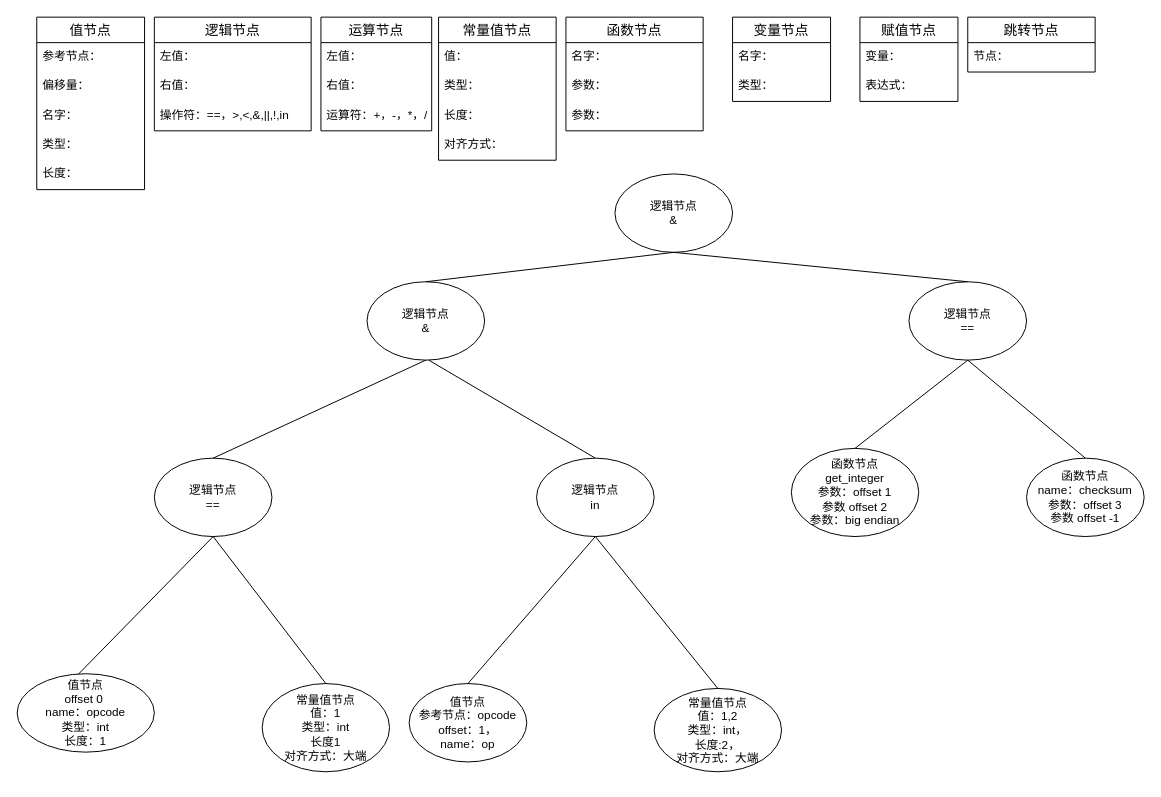
Above: Untitled Diagram.drawio in 123mgej/rsvpp (draw.io), before the change. Source tidied: cells renumbered, new cells numbered last; positions are measured from the earlier drawing's top-left corner, leaving out a move shared by most shapes. Both pictures are drawn from the tidied source at 98%, with x=0, y=0 at pixel (17, 17).
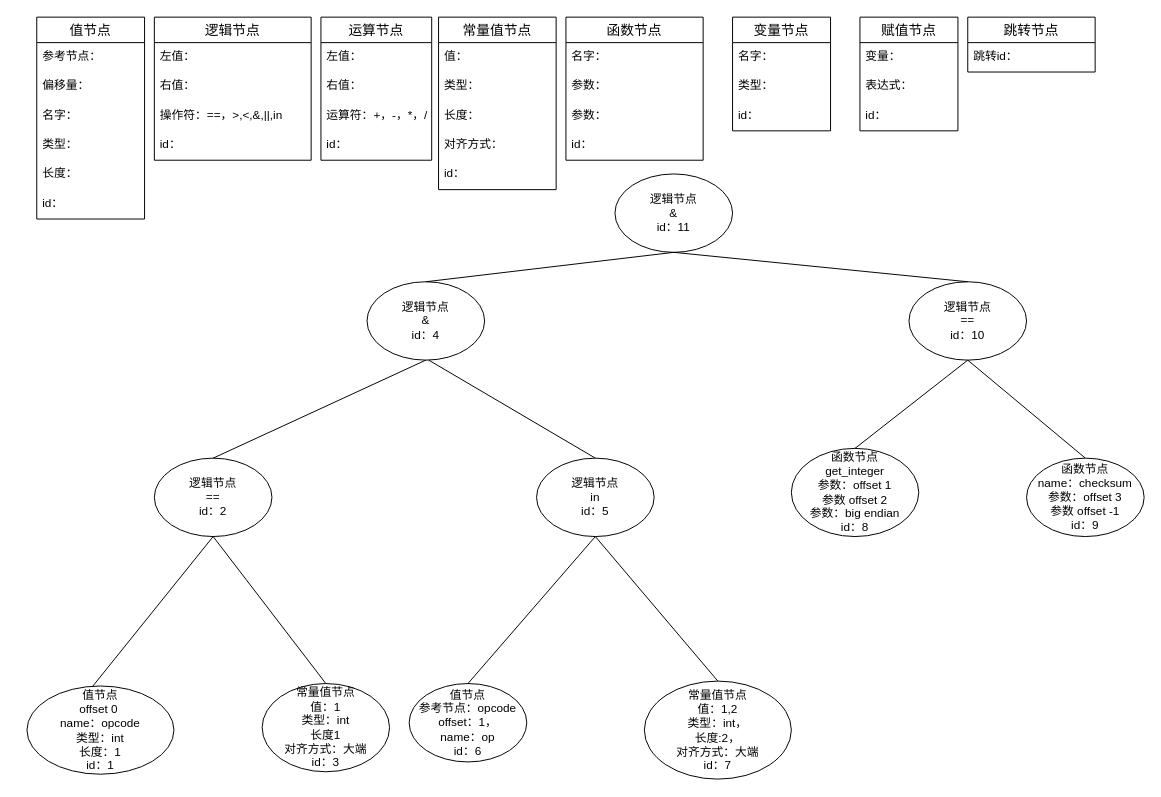
The same page after the edit.

The change refers to these unchanged cells:
```xml
<mxCell id="31" value="跳转节点" style="swimlane;fontStyle=0;horizontal=1;startSize=26;align=center;fontSize=14;" parent="1" vertex="1">
  <mxGeometry x="970" width="130" height="56" as="geometry" />
</mxCell>
```

What changed in the source:
```diff
@@
     <mxCell id="2" value="值节点" style="swimlane;fontStyle=0;horizontal=1;startSize=26;align=center;fontSize=14;" parent="1" vertex="1">
-      <mxGeometry x="20" width="110" height="176" as="geometry" />
+      <mxGeometry x="20" width="110" height="206" as="geometry" />
     </mxCell>
@@
+    <mxCell id="54" value="id：" style="text;strokeColor=none;fillColor=none;spacingLeft=4;spacingRight=4;overflow=hidden;fontSize=12;" parent="2" vertex="1">
+      <mxGeometry y="176" width="110" height="30" as="geometry" />
+    </mxCell>
     <mxCell id="8" value="逻辑节点" style="swimlane;fontStyle=0;horizontal=1;startSize=26;align=center;fontSize=14;" parent="1" vertex="1">
-      <mxGeometry x="140" width="160" height="116" as="geometry" />
+      <mxGeometry x="140" width="160" height="146" as="geometry" />
     </mxCell>
@@
-    <mxCell id="11" value="操作符：==，&gt;,&lt;,&amp;,||,!,in" style="text;strokeColor=none;fillColor=none;spacingLeft=4;spacingRight=4;overflow=hidden;fontSize=12;" parent="8" vertex="1">
+    <mxCell id="11" value="操作符：==，&gt;,&lt;,&amp;,||,in" style="text;strokeColor=none;fillColor=none;spacingLeft=4;spacingRight=4;overflow=hidden;fontSize=12;" parent="8" vertex="1">
       <mxGeometry y="86" width="160" height="30" as="geometry" />
     </mxCell>
+    <mxCell id="55" value="id：" style="text;strokeColor=none;fillColor=none;spacingLeft=4;spacingRight=4;overflow=hidden;fontSize=12;" parent="8" vertex="1">
+      <mxGeometry y="116" width="160" height="30" as="geometry" />
+    </mxCell>
     <mxCell id="12" value="运算节点" style="swimlane;fontStyle=0;horizontal=1;startSize=26;align=center;fontSize=14;" parent="1" vertex="1">
-      <mxGeometry x="310" width="113" height="116" as="geometry" />
+      <mxGeometry x="310" width="113" height="146" as="geometry" />
     </mxCell>
@@
+    <mxCell id="56" value="id：" style="text;strokeColor=none;fillColor=none;spacingLeft=4;spacingRight=4;overflow=hidden;fontSize=12;" parent="12" vertex="1">
+      <mxGeometry y="116" width="113" height="30" as="geometry" />
+    </mxCell>
     <mxCell id="16" value="常量值节点" style="swimlane;fontStyle=0;horizontal=1;startSize=26;align=center;fontSize=14;" parent="1" vertex="1">
-      <mxGeometry x="430" width="120" height="146" as="geometry" />
+      <mxGeometry x="430" width="120" height="176" as="geometry" />
     </mxCell>
@@
+    <mxCell id="57" value="id：" style="text;strokeColor=none;fillColor=none;spacingLeft=4;spacingRight=4;overflow=hidden;fontSize=12;" parent="16" vertex="1">
+      <mxGeometry y="146" width="120" height="30" as="geometry" />
+    </mxCell>
     <mxCell id="21" value="函数节点" style="swimlane;fontStyle=0;horizontal=1;startSize=26;align=center;fontSize=14;" parent="1" vertex="1">
-      <mxGeometry x="560" width="140" height="116" as="geometry" />
+      <mxGeometry x="560" width="140" height="146" as="geometry" />
     </mxCell>
@@
+    <mxCell id="58" value="id：" style="text;strokeColor=none;fillColor=none;spacingLeft=4;spacingRight=4;overflow=hidden;fontSize=12;" parent="21" vertex="1">
+      <mxGeometry y="116" width="140" height="30" as="geometry" />
+    </mxCell>
     <mxCell id="25" value="变量节点" style="swimlane;fontStyle=0;horizontal=1;startSize=26;align=center;fontSize=14;" parent="1" vertex="1">
-      <mxGeometry x="730" width="100" height="86" as="geometry" />
+      <mxGeometry x="730" width="100" height="116" as="geometry" />
     </mxCell>
@@
+    <mxCell id="59" value="id：" style="text;strokeColor=none;fillColor=none;spacingLeft=4;spacingRight=4;overflow=hidden;fontSize=12;" parent="25" vertex="1">
+      <mxGeometry y="86" width="100" height="30" as="geometry" />
+    </mxCell>
     <mxCell id="28" value="赋值节点" style="swimlane;fontStyle=0;horizontal=1;startSize=26;align=center;fontSize=14;" parent="1" vertex="1">
-      <mxGeometry x="860" width="100" height="86" as="geometry" />
+      <mxGeometry x="860" width="100" height="116" as="geometry" />
     </mxCell>
@@
+    <mxCell id="60" value="id：" style="text;strokeColor=none;fillColor=none;spacingLeft=4;spacingRight=4;overflow=hidden;fontSize=12;" parent="28" vertex="1">
+      <mxGeometry y="86" width="100" height="30" as="geometry" />
+    </mxCell>
@@
-    <mxCell id="32" value="节点：" style="text;strokeColor=none;fillColor=none;spacingLeft=4;spacingRight=4;overflow=hidden;fontSize=12;" parent="31" vertex="1">
+    <mxCell id="32" value="跳转id：" style="text;strokeColor=none;fillColor=none;spacingLeft=4;spacingRight=4;overflow=hidden;fontSize=12;" parent="31" vertex="1">
       <mxGeometry y="26" width="130" height="30" as="geometry" />
     </mxCell>
-    <mxCell id="33" value="逻辑节点&lt;br&gt;&amp;amp;" style="ellipse;whiteSpace=wrap;html=1;" parent="1" vertex="1">
+    <mxCell id="33" value="逻辑节点&lt;br&gt;&amp;amp;&lt;br&gt;id：11" style="ellipse;whiteSpace=wrap;html=1;" parent="1" vertex="1">
       <mxGeometry x="610" y="160" width="120" height="80" as="geometry" />
     </mxCell>
-    <mxCell id="34" value="逻辑节点&lt;br&gt;&amp;amp;" style="ellipse;whiteSpace=wrap;html=1;" parent="1" vertex="1">
+    <mxCell id="34" value="逻辑节点&lt;br&gt;&amp;amp;&lt;br&gt;id：4" style="ellipse;whiteSpace=wrap;html=1;" parent="1" vertex="1">
       <mxGeometry x="357" y="270" width="120" height="80" as="geometry" />
     </mxCell>
-    <mxCell id="35" value="逻辑节点&lt;br&gt;in" style="ellipse;whiteSpace=wrap;html=1;" parent="1" vertex="1">
+    <mxCell id="35" value="逻辑节点&lt;br&gt;in&lt;br&gt;id：5" style="ellipse;whiteSpace=wrap;html=1;" parent="1" vertex="1">
       <mxGeometry x="530" y="450" width="120" height="80" as="geometry" />
     </mxCell>
-    <mxCell id="36" value="逻辑节点&lt;br&gt;==" style="ellipse;whiteSpace=wrap;html=1;" parent="1" vertex="1">
+    <mxCell id="36" value="逻辑节点&lt;br&gt;==&lt;br&gt;id：2" style="ellipse;whiteSpace=wrap;html=1;" parent="1" vertex="1">
       <mxGeometry x="140" y="450" width="120" height="80" as="geometry" />
     </mxCell>
-    <mxCell id="37" value="值节点&lt;br&gt;offset 0&amp;nbsp;&lt;br&gt;name：opcode&lt;br&gt;类型：int&lt;br&gt;长度：1" style="ellipse;whiteSpace=wrap;html=1;" parent="1" vertex="1">
-      <mxGeometry y="670" width="140" height="80" as="geometry" />
+    <mxCell id="37" value="值节点&lt;br&gt;offset 0&amp;nbsp;&lt;br&gt;name：opcode&lt;br&gt;类型：int&lt;br&gt;长度：1&lt;br&gt;id：1" style="ellipse;whiteSpace=wrap;html=1;" parent="1" vertex="1">
+      <mxGeometry x="10" y="682.5" width="150" height="90" as="geometry" />
     </mxCell>
-    <mxCell id="38" value="值节点&lt;br&gt;参考节点：opcode&lt;br&gt;offset：1，&lt;br&gt;name：op" style="ellipse;whiteSpace=wrap;html=1;" parent="1" vertex="1">
+    <mxCell id="38" value="值节点&lt;br&gt;参考节点：opcode&lt;br&gt;offset：1，&lt;br&gt;name：op&lt;br&gt;id：6" style="ellipse;whiteSpace=wrap;html=1;" parent="1" vertex="1">
       <mxGeometry x="400" y="680" width="120" height="80" as="geometry" />
     </mxCell>
-    <mxCell id="39" value="常量值节点&lt;br&gt;值：1&lt;br&gt;类型：int&lt;br&gt;长度1&lt;br&gt;对齐方式：大端" style="ellipse;whiteSpace=wrap;html=1;" parent="1" vertex="1">
+    <mxCell id="39" value="常量值节点&lt;br&gt;值：1&lt;br&gt;类型：int&lt;br&gt;长度1&lt;br&gt;对齐方式：大端&lt;br&gt;id：3" style="ellipse;whiteSpace=wrap;html=1;" parent="1" vertex="1">
       <mxGeometry x="250" y="680" width="130" height="90" as="geometry" />
     </mxCell>
-    <mxCell id="40" value="常量值节点&lt;br&gt;值：1,2&lt;br&gt;类型：int，&lt;br&gt;长度:2，&lt;br&gt;对齐方式：大端" style="ellipse;whiteSpace=wrap;html=1;" parent="1" vertex="1">
-      <mxGeometry x="650" y="685" width="130" height="85" as="geometry" />
+    <mxCell id="40" value="常量值节点&lt;br&gt;值：1,2&lt;br&gt;类型：int，&lt;br&gt;长度:2，&lt;br&gt;对齐方式：大端&lt;br&gt;id：7" style="ellipse;whiteSpace=wrap;html=1;" parent="1" vertex="1">
+      <mxGeometry x="640" y="677.5" width="150" height="100" as="geometry" />
     </mxCell>
-    <mxCell id="41" value="逻辑节点&lt;br&gt;==" style="ellipse;whiteSpace=wrap;html=1;" parent="1" vertex="1">
+    <mxCell id="41" value="逻辑节点&lt;br&gt;==&lt;br&gt;id：10" style="ellipse;whiteSpace=wrap;html=1;" parent="1" vertex="1">
       <mxGeometry x="910" y="270" width="120" height="80" as="geometry" />
     </mxCell>
-    <mxCell id="42" value="函数节点&lt;br&gt;get_integer&lt;br&gt;参数：offset 1&lt;br&gt;参数 offset 2&lt;br&gt;参数：big endian" style="ellipse;whiteSpace=wrap;html=1;" parent="1" vertex="1">
+    <mxCell id="42" value="函数节点&lt;br&gt;get_integer&lt;br&gt;参数：offset 1&lt;br&gt;参数 offset 2&lt;br&gt;参数：big endian&lt;br&gt;id：8" style="ellipse;whiteSpace=wrap;html=1;" parent="1" vertex="1">
       <mxGeometry x="790" y="440" width="130" height="90" as="geometry" />
     </mxCell>
-    <mxCell id="43" value="函数节点&lt;br&gt;name：checksum&lt;br&gt;参数：offset 3&lt;br&gt;参数 offset -1" style="ellipse;whiteSpace=wrap;html=1;" parent="1" vertex="1">
+    <mxCell id="43" value="函数节点&lt;br&gt;name：checksum&lt;br&gt;参数：offset 3&lt;br&gt;参数 offset -1&lt;br&gt;id：9" style="ellipse;whiteSpace=wrap;html=1;" parent="1" vertex="1">
       <mxGeometry x="1030" y="450" width="120" height="80" as="geometry" />
     </mxCell>
```
